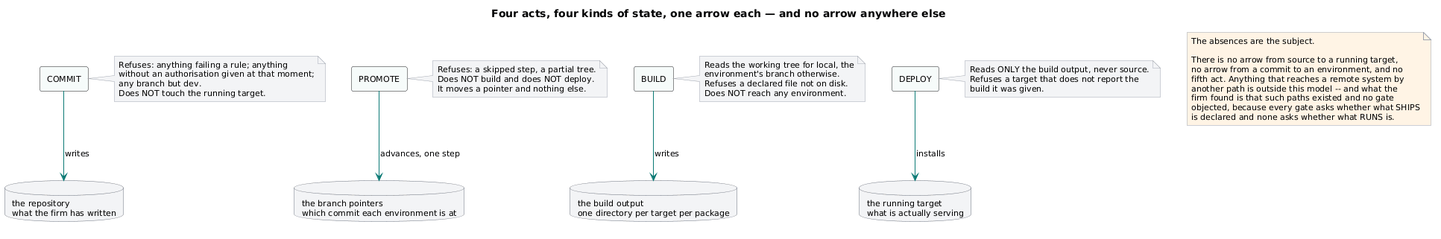
SkipSnow/ChatHealthyRepo keeps this PlantUML diagram as brain/machine_artifacts/diagramsAndImages/rendered/dev_four_acts.png. Above is the earlier version. The source it was exported from:
```plantuml
@startuml
skinparam shadowing false
skinparam defaultFontName Segoe UI
skinparam defaultFontSize 11
skinparam ArrowColor #0b7a75
skinparam ComponentBorderColor #0b7a75
skinparam DatabaseBorderColor #6b7280
skinparam NoteBackgroundColor #f3f4f6
skinparam NoteBorderColor #9ca3af

title Four acts, four kinds of state, one arrow each — and no arrow anywhere else

rectangle "COMMIT" as C #f6fbfa
rectangle "PROMOTE" as P #f6fbfa
rectangle "BUILD" as B #f6fbfa
rectangle "DEPLOY" as D #f6fbfa

database "the repository\nwhat the firm has written" as REPO
database "the branch pointers\nwhich commit each environment is at" as PTR
database "the build output\none directory per target per package" as OUT
database "the running target\nwhat is actually serving" as RUN

C -down-> REPO : writes
P -down-> PTR  : advances, one step
B -down-> OUT  : writes
D -down-> RUN  : installs

note right of C
  Refuses: anything failing a rule; anything
  without an authorisation given at that moment;
  any branch but dev.
  Does NOT touch the running target.
end note

note right of P
  Refuses: a skipped step, a partial tree.
  Does NOT build and does NOT deploy.
  It moves a pointer and nothing else.
end note

note right of B
  Reads the working tree for local, the
  environment's branch otherwise.
  Refuses a declared file not on disk.
  Does NOT reach any environment.
end note

note right of D
  Reads ONLY the build output, never source.
  Refuses a target that does not report the
  build it was given.
end note

note as ABSENCE #fff4e5
  The absences are the subject.

  There is no arrow from source to a running target,
  no arrow from a commit to an environment, and no
  fifth act. Anything that reaches a remote system by
  another path is outside this model -- and what the
  firm found is that such paths existed and no gate
  objected, because every gate asks whether what SHIPS
  is declared and none asks whether what RUNS is.
end note
@enduml
```
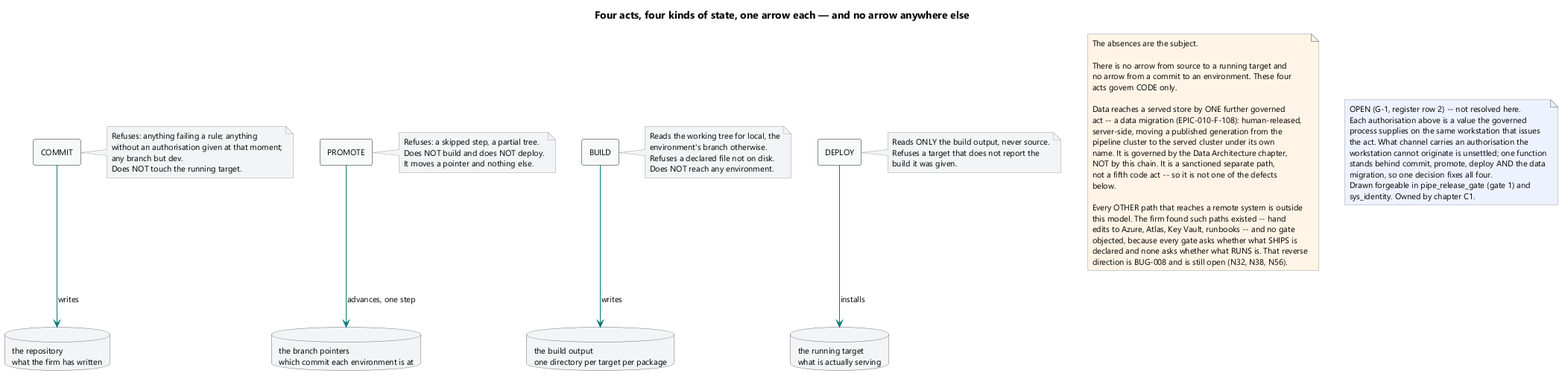
After the commit.

The edit, as a diff of the source:
```diff
@@ -54,12 +54,37 @@
 note as ABSENCE #fff4e5
   The absences are the subject.
 
-  There is no arrow from source to a running target,
-  no arrow from a commit to an environment, and no
-  fifth act. Anything that reaches a remote system by
-  another path is outside this model -- and what the
-  firm found is that such paths existed and no gate
-  objected, because every gate asks whether what SHIPS
-  is declared and none asks whether what RUNS is.
+  There is no arrow from source to a running target and
+  no arrow from a commit to an environment. These four
+  acts govern CODE only.
+
+  Data reaches a served store by ONE further governed
+  act -- a data migration (EPIC-010-F-108): human-released,
+  server-side, moving a published generation from the
+  pipeline cluster to the served cluster under its own
+  name. It is governed by the Data Architecture chapter,
+  NOT by this chain. It is a sanctioned separate path,
+  not a fifth code act -- so it is not one of the defects
+  below.
+
+  Every OTHER path that reaches a remote system is outside
+  this model. The firm found such paths existed -- hand
+  edits to Azure, Atlas, Key Vault, runbooks -- and no gate
+  objected, because every gate asks whether what SHIPS is
+  declared and none asks whether what RUNS is. That reverse
+  direction is BUG-008 and is still open (N32, N38, N56).
 end note
+
+note as AUTH #eef2ff
+  OPEN (G-1, register row 2) -- not resolved here.
+  Each authorisation above is a value the governed
+  process supplies on the same workstation that issues
+  the act. What channel carries an authorisation the
+  workstation cannot originate is unsettled; one function
+  stands behind commit, promote, deploy AND the data
+  migration, so one decision fixes all four.
+  Drawn forgeable in pipe_release_gate (gate 1) and
+  sys_identity. Owned by chapter C1.
+end note
+
 @enduml
```
